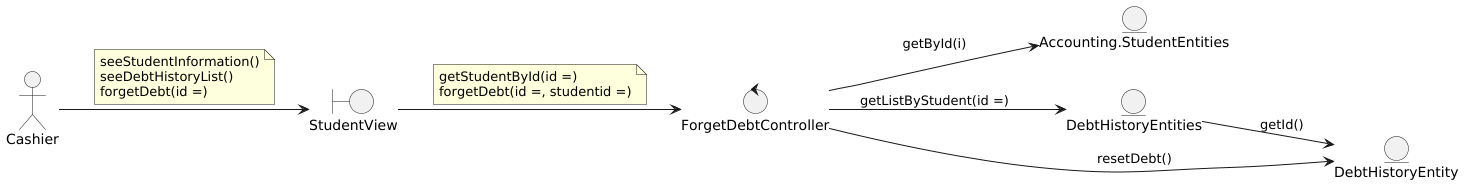
Earlier version of the PlantUML export out/DesignView/AnalysisView/UseCaseAnalysis/Collaboration.CU78.Analysis.png (wsmcbl/wsmcbl.doc). The source it was exported from:
```plantuml
@startuml
left to right direction

actor Cashier

boundary StudentView

control ForgetDebtController

entity Accounting.StudentEntities
entity DebtHistoryEntities
entity DebtHistoryEntity

Cashier --> StudentView
note on link
    seeStudentInformation()
    seeDebtHistoryList()
    forgetDebt(id =)
end note

StudentView --> ForgetDebtController
note on link
    getStudentById(id =)
    forgetDebt(id =, studentid =)
end note

ForgetDebtController --> DebtHistoryEntity : resetDebt()
ForgetDebtController --> Accounting.StudentEntities : getById(i)
ForgetDebtController --> DebtHistoryEntities : getListByStudent(id =)

DebtHistoryEntities --> DebtHistoryEntity : getId()

@enduml
```
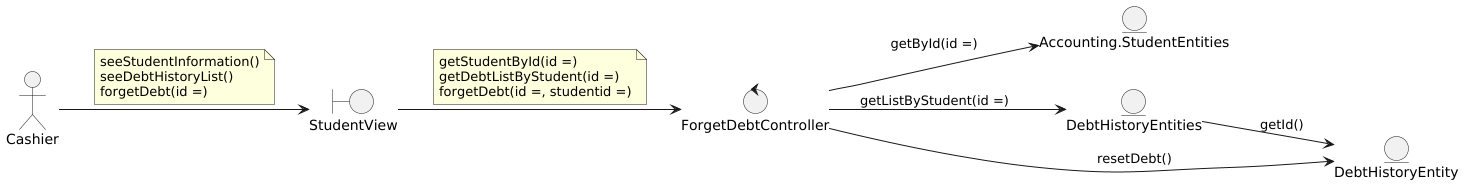
The same diagram one commit later.

Change to the diagram source:
```diff
@@ -21,11 +21,12 @@
 StudentView --> ForgetDebtController
 note on link
     getStudentById(id =)
+    getDebtListByStudent(id =)
     forgetDebt(id =, studentid =)
 end note
 
 ForgetDebtController --> DebtHistoryEntity : resetDebt()
-ForgetDebtController --> Accounting.StudentEntities : getById(i)
+ForgetDebtController --> Accounting.StudentEntities : getById(id =)
 ForgetDebtController --> DebtHistoryEntities : getListByStudent(id =)
 
 DebtHistoryEntities --> DebtHistoryEntity : getId()
```
